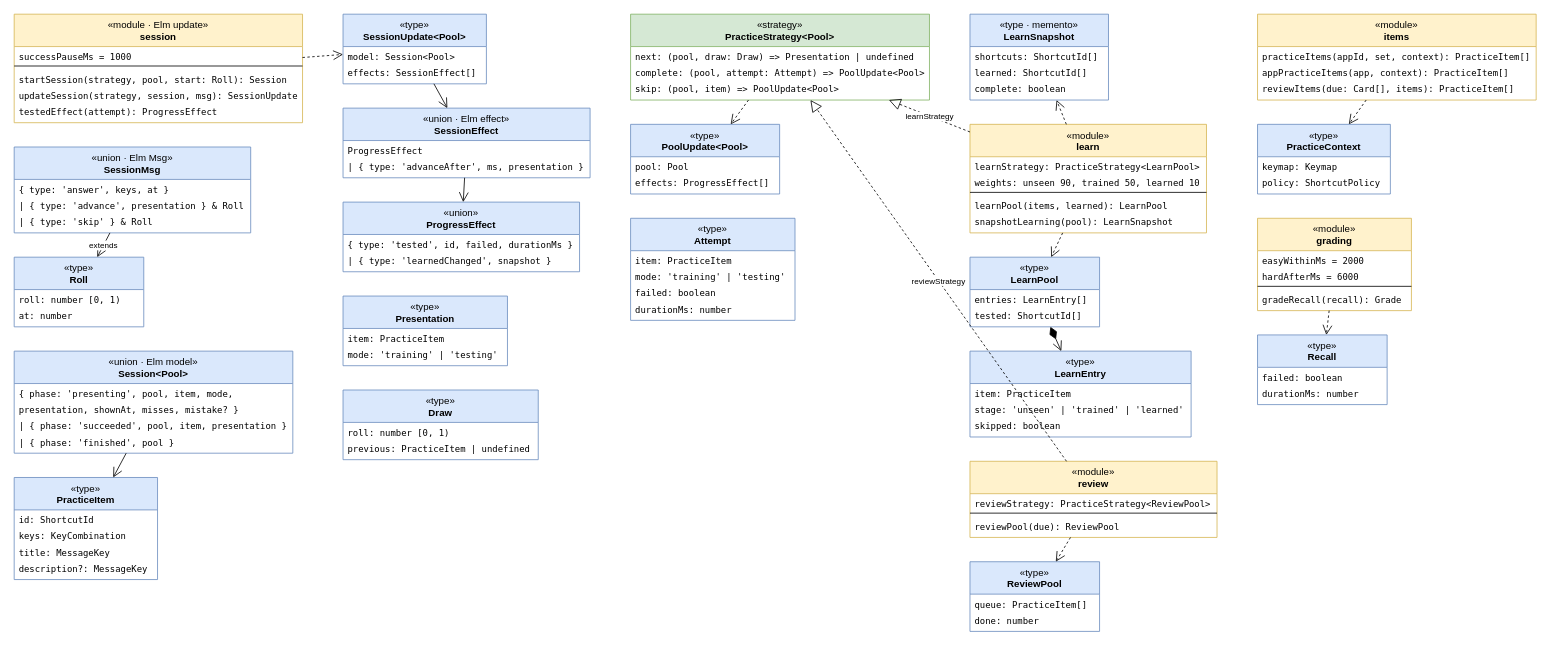
This is page "Classes – practice" (3 of 10) of docs/uml.drawio from r0binius/mathe2-trainer, a draw.io file, before an edit. Source tidied: cells renumbered, new cells numbered last; positions are measured from the earlier drawing's top-left corner, leaving out a move shared by most shapes. Both pictures are drawn from the tidied source at 81%, with x=0, y=0 at pixel (14, 14).
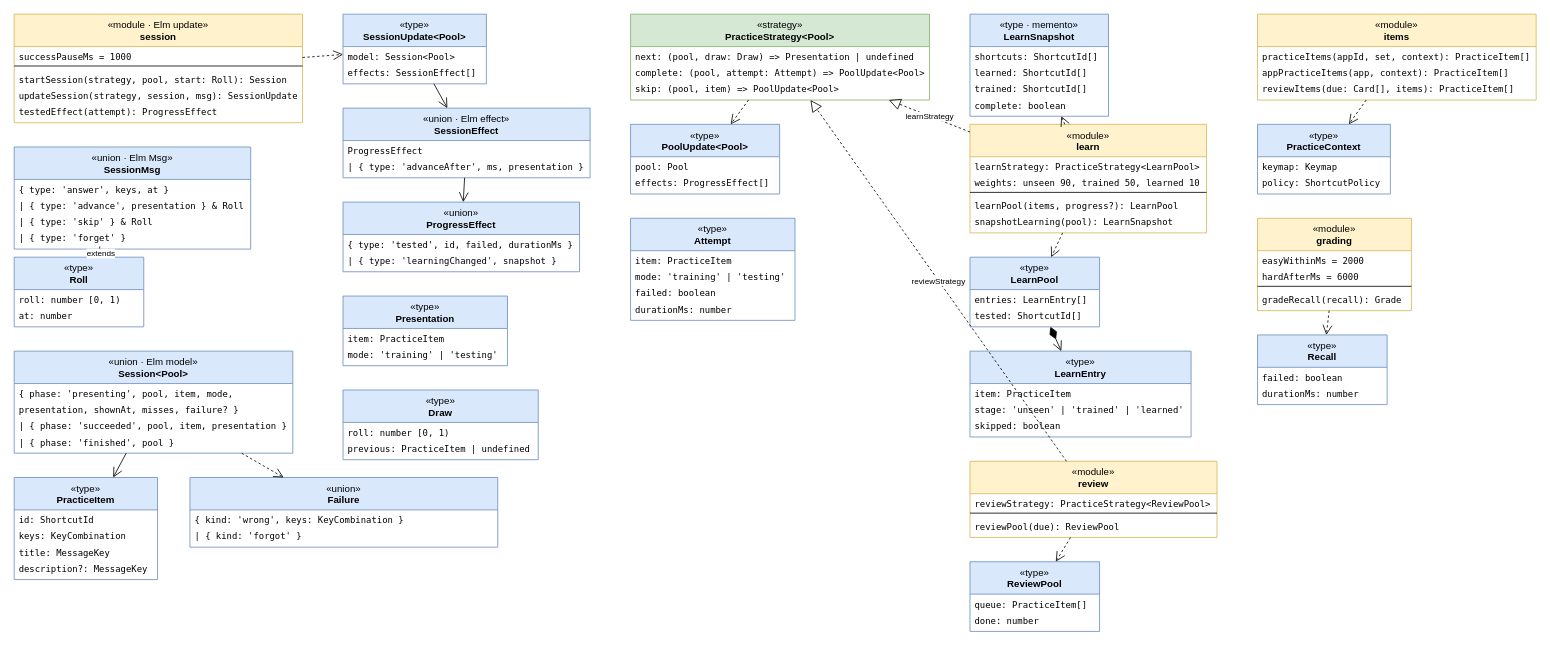
Above is the later version.

The change refers to these unchanged cells:
```xml
<mxCell id="15" value="&amp;laquo;union · Elm model&amp;raquo;&lt;br&gt;&lt;b&gt;Session&amp;lt;Pool&amp;gt;&lt;/b&gt;" style="swimlane;fontStyle=0;align=center;verticalAlign=top;horizontal=1;startSize=40;html=1;whiteSpace=wrap;fillColor=#dae8fc;strokeColor=#6c8ebf;swimlaneFillColor=#ffffff;" parent="1" vertex="1">
  <mxGeometry y="416" width="344" height="126" as="geometry" />
</mxCell>
<mxCell id="31" value="&amp;laquo;union&amp;raquo;&lt;br&gt;&lt;b&gt;ProgressEffect&lt;/b&gt;" style="swimlane;fontStyle=0;align=center;verticalAlign=top;horizontal=1;startSize=40;html=1;whiteSpace=wrap;fillColor=#dae8fc;strokeColor=#6c8ebf;swimlaneFillColor=#ffffff;" parent="1" vertex="1">
  <mxGeometry x="406" y="232" width="292" height="86" as="geometry" />
</mxCell>
<mxCell id="56" value="&amp;laquo;module&amp;raquo;&lt;br&gt;&lt;b&gt;learn&lt;/b&gt;" style="swimlane;fontStyle=0;align=center;verticalAlign=top;horizontal=1;startSize=40;html=1;whiteSpace=wrap;fillColor=#fff2cc;strokeColor=#d6b656;swimlaneFillColor=#ffffff;" parent="1" vertex="1">
  <mxGeometry x="1180" y="136" width="292" height="134" as="geometry" />
</mxCell>
```

What changed in the source:
```diff
@@
     <mxCell id="8" value="&amp;laquo;union · Elm Msg&amp;raquo;&lt;br&gt;&lt;b&gt;SessionMsg&lt;/b&gt;" style="swimlane;fontStyle=0;align=center;verticalAlign=top;horizontal=1;startSize=40;html=1;whiteSpace=wrap;fillColor=#dae8fc;strokeColor=#6c8ebf;swimlaneFillColor=#ffffff;" parent="1" vertex="1">
-      <mxGeometry y="164" width="292" height="106" as="geometry" />
+      <mxGeometry y="164" width="292" height="126" as="geometry" />
     </mxCell>
@@
-    <mxCell id="17" value="  presentation, shownAt, misses, mistake? }" style="text;strokeColor=none;fillColor=none;align=left;verticalAlign=top;spacingLeft=4;spacingRight=4;overflow=hidden;fontSize=11;fontFamily=Menlo;html=0;" parent="15" vertex="1">
+    <mxCell id="17" value="  presentation, shownAt, misses, failure? }" style="text;strokeColor=none;fillColor=none;align=left;verticalAlign=top;spacingLeft=4;spacingRight=4;overflow=hidden;fontSize=11;fontFamily=Menlo;html=0;" parent="15" vertex="1">
       <mxGeometry y="60" width="344" height="20" as="geometry" />
     </mxCell>
@@
-    <mxCell id="33" value="| { type: 'learnedChanged', snapshot }" style="text;strokeColor=none;fillColor=none;align=left;verticalAlign=top;spacingLeft=4;spacingRight=4;overflow=hidden;fontSize=11;fontFamily=Menlo;html=0;" parent="31" vertex="1">
+    <mxCell id="33" value="| { type: 'learningChanged', snapshot }" style="text;strokeColor=none;fillColor=none;align=left;verticalAlign=top;spacingLeft=4;spacingRight=4;overflow=hidden;fontSize=11;fontFamily=Menlo;html=0;" parent="31" vertex="1">
       <mxGeometry y="60" width="292" height="20" as="geometry" />
     </mxCell>
@@
     <mxCell id="52" value="&amp;laquo;type · memento&amp;raquo;&lt;br&gt;&lt;b&gt;LearnSnapshot&lt;/b&gt;" style="swimlane;fontStyle=0;align=center;verticalAlign=top;horizontal=1;startSize=40;html=1;whiteSpace=wrap;fillColor=#dae8fc;strokeColor=#6c8ebf;swimlaneFillColor=#ffffff;" parent="1" vertex="1">
-      <mxGeometry x="1180" width="171" height="106" as="geometry" />
+      <mxGeometry x="1180" width="171" height="126" as="geometry" />
     </mxCell>
@@
     <mxCell id="55" value="complete: boolean" style="text;strokeColor=none;fillColor=none;align=left;verticalAlign=top;spacingLeft=4;spacingRight=4;overflow=hidden;fontSize=11;fontFamily=Menlo;html=0;" parent="52" vertex="1">
-      <mxGeometry y="80" width="171" height="20" as="geometry" />
+      <mxGeometry y="100" width="171" height="20" as="geometry" />
     </mxCell>
@@
-    <mxCell id="60" value="learnPool(items, learned): LearnPool" style="text;strokeColor=none;fillColor=none;align=left;verticalAlign=top;spacingLeft=4;spacingRight=4;overflow=hidden;fontSize=11;fontFamily=Menlo;html=0;" parent="56" vertex="1">
+    <mxCell id="60" value="learnPool(items, progress?): LearnPool" style="text;strokeColor=none;fillColor=none;align=left;verticalAlign=top;spacingLeft=4;spacingRight=4;overflow=hidden;fontSize=11;fontFamily=Menlo;html=0;" parent="56" vertex="1">
       <mxGeometry y="88" width="292" height="20" as="geometry" />
     </mxCell>
@@
+    <mxCell id="105" value="| { type: 'forget' }" style="text;strokeColor=none;fillColor=none;align=left;verticalAlign=top;spacingLeft=4;spacingRight=4;overflow=hidden;fontSize=11;fontFamily=Menlo;html=0;" parent="8" vertex="1">
+      <mxGeometry y="100" width="292" height="20" as="geometry" />
+    </mxCell>
+    <mxCell id="106" value="trained: ShortcutId[]" style="text;strokeColor=none;fillColor=none;align=left;verticalAlign=top;spacingLeft=4;spacingRight=4;overflow=hidden;fontSize=11;fontFamily=Menlo;html=0;" parent="52" vertex="1">
+      <mxGeometry y="80" width="171" height="20" as="geometry" />
+    </mxCell>
+    <mxCell id="107" value="&amp;laquo;union&amp;raquo;&lt;br&gt;&lt;b&gt;Failure&lt;/b&gt;" style="swimlane;fontStyle=0;align=center;verticalAlign=top;horizontal=1;startSize=40;html=1;whiteSpace=wrap;fillColor=#dae8fc;strokeColor=#6c8ebf;swimlaneFillColor=#ffffff;" parent="1" vertex="1">
+      <mxGeometry x="217" y="572" width="380" height="86" as="geometry" />
+    </mxCell>
+    <mxCell id="108" value="{ kind: 'wrong', keys: KeyCombination }" style="text;strokeColor=none;fillColor=none;align=left;verticalAlign=top;spacingLeft=4;spacingRight=4;overflow=hidden;fontSize=11;fontFamily=Menlo;html=0;" parent="107" vertex="1">
+      <mxGeometry y="40" width="380" height="20" as="geometry" />
+    </mxCell>
+    <mxCell id="109" value="| { kind: 'forgot' }" style="text;strokeColor=none;fillColor=none;align=left;verticalAlign=top;spacingLeft=4;spacingRight=4;overflow=hidden;fontSize=11;fontFamily=Menlo;html=0;" parent="107" vertex="1">
+      <mxGeometry y="60" width="380" height="20" as="geometry" />
+    </mxCell>
+    <mxCell id="110" style="html=1;fontSize=10;labelBackgroundColor=#ffffff;endArrow=open;endSize=10;dashed=1;" parent="1" edge="1" source="15" target="107">
+      <mxGeometry relative="1" as="geometry" />
+    </mxCell>
```
